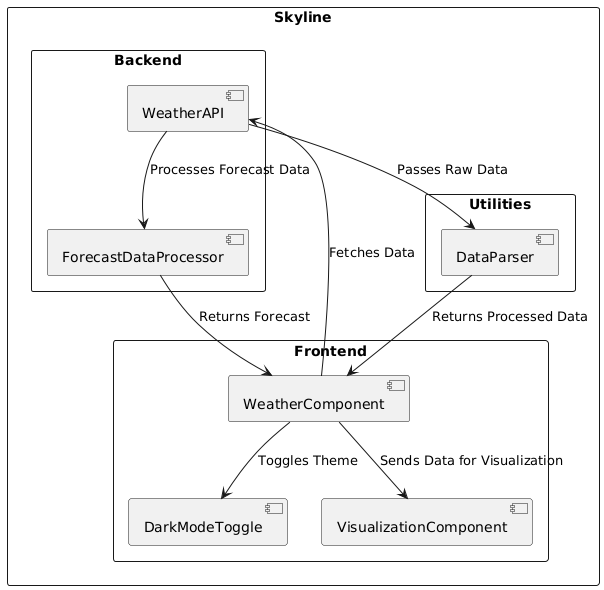
Above: docs/conception/package.png in IMSET-Sousse/Skyline (PlantUML), before the change.
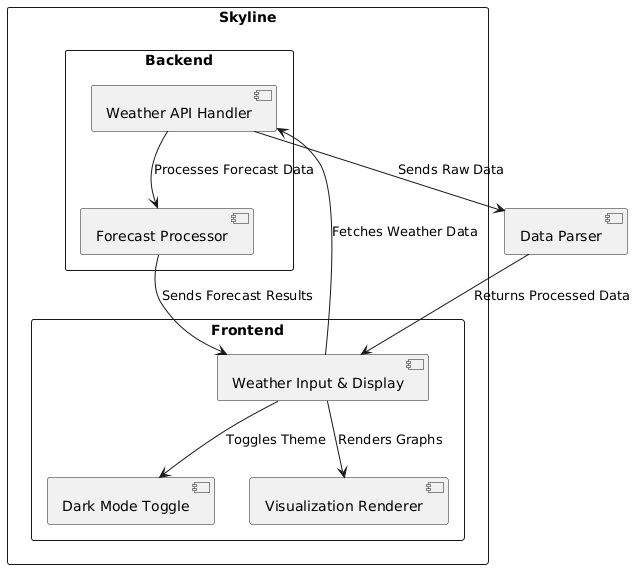
The same file after the commit.

Change to the diagram source:
```diff
@@ -3,26 +3,24 @@
 
 package "Skyline" {
     package "Frontend" {
-        [WeatherComponent]
-        [DarkModeToggle]
-        [VisualizationComponent]
+        [Weather Input & Display]
+        [Dark Mode Toggle]
+        [Visualization Renderer]
     }
 
     package "Backend" {
-        [WeatherAPI]
-        [ForecastDataProcessor]
+        [Weather API Handler]
+        [Forecast Processor]
     }
 
-    package "Utilities" {
-        [DataParser]
-    }
+
 }
 
-[WeatherComponent] --> [WeatherAPI] : Fetches Data
-[WeatherAPI] --> [DataParser] : Passes Raw Data
-[DataParser] --> [WeatherComponent] : Returns Processed Data
-[WeatherAPI] --> [ForecastDataProcessor] : Processes Forecast Data
-[ForecastDataProcessor] --> [WeatherComponent] : Returns Forecast
-[WeatherComponent] --> [VisualizationComponent] : Sends Data for Visualization
-[WeatherComponent] --> [DarkModeToggle] : Toggles Theme
+[Weather Input & Display] --> [Weather API Handler] : Fetches Weather Data
+[Weather API Handler] --> [Data Parser] : Sends Raw Data
+[Data Parser] --> [Weather Input & Display] : Returns Processed Data
+[Weather API Handler] --> [Forecast Processor] : Processes Forecast Data
+[Forecast Processor] --> [Weather Input & Display] : Sends Forecast Results
+[Weather Input & Display] --> [Visualization Renderer] : Renders Graphs
+[Weather Input & Display] --> [Dark Mode Toggle] : Toggles Theme
 @enduml
```
